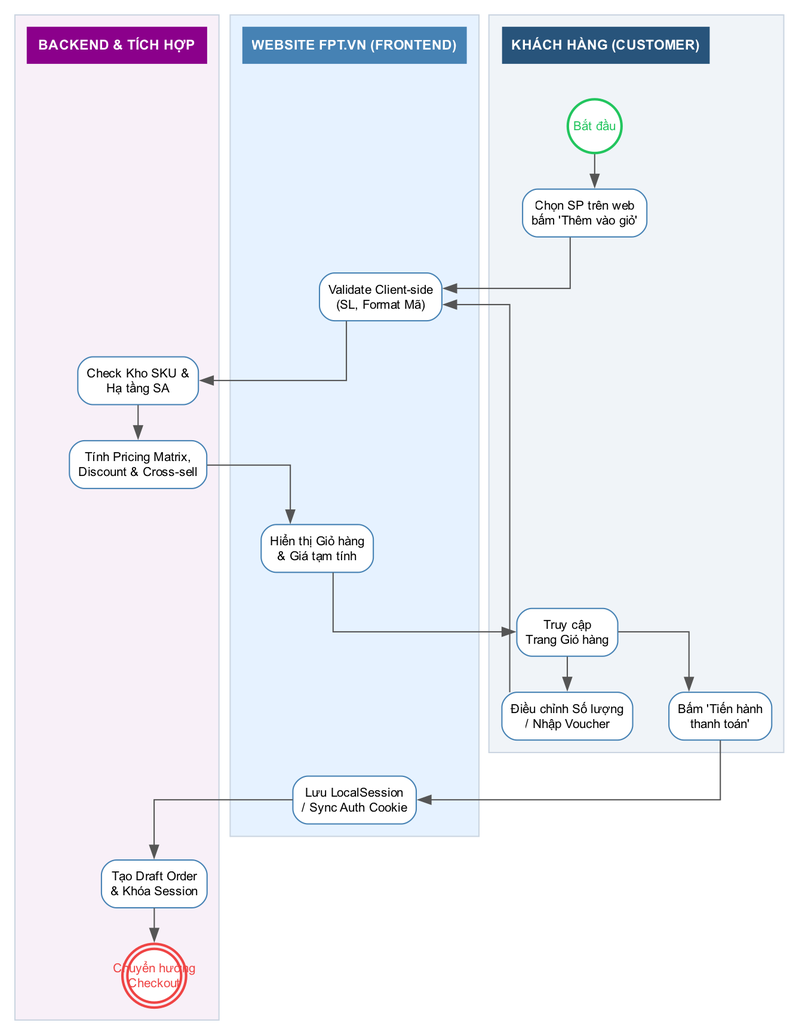
Earlier version of the Graphviz export diagrams/bpmn_cart_overview.png (hathuy2706-BA/FPT). Its source is kept beside it as diagrams/bpmn_cart_overview.dot.
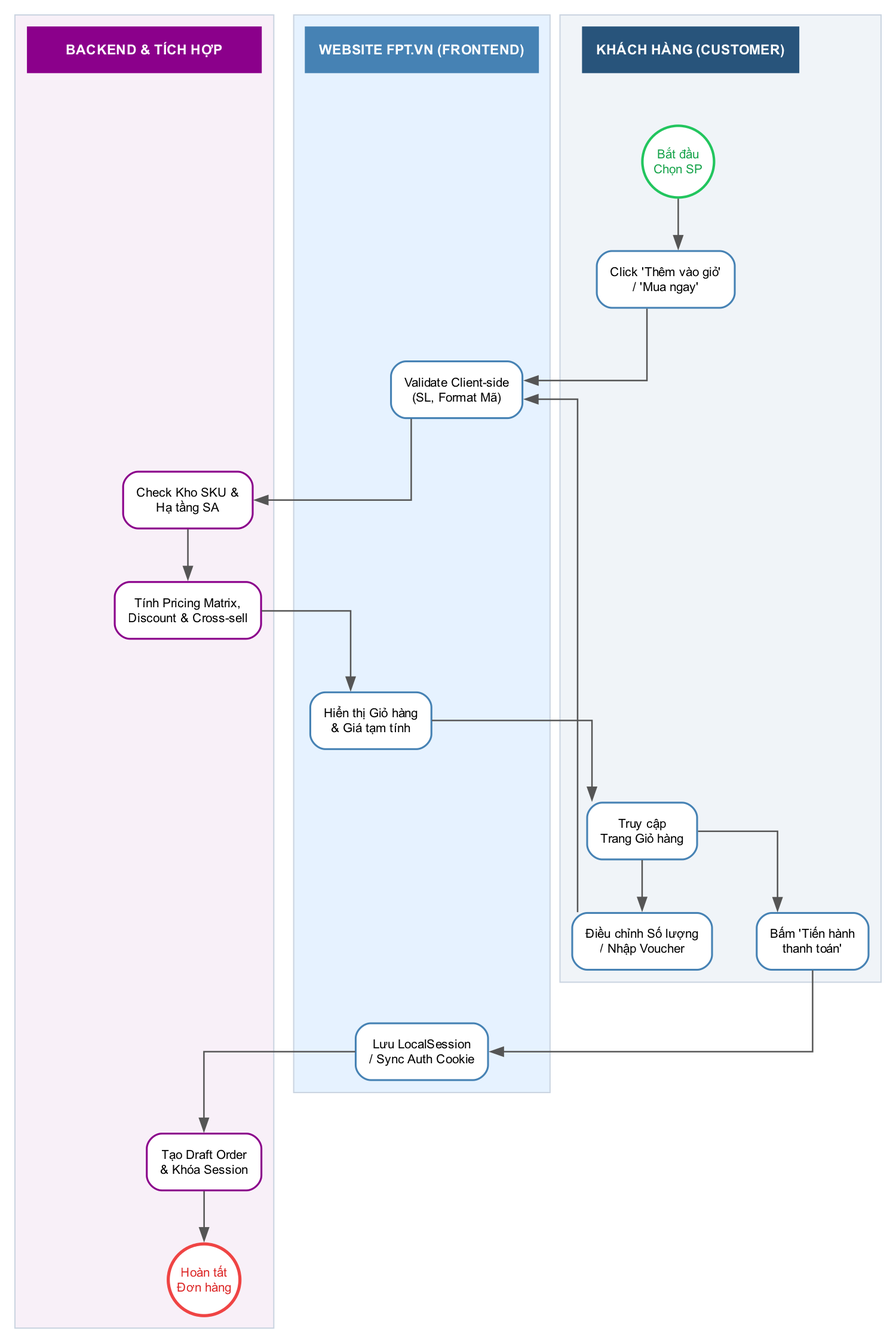
The same file after the commit.

The edit, as a diff of the source:
```diff
@@ -2,43 +2,40 @@
 
     rankdir=TB;
     splines=ortho;
-    nodesep=0.4;
-    ranksep=0.4;
+    nodesep=0.5;
+    ranksep=0.6;
     newrank=true;
     compound=true;
     fontname="Arial";
 
-    node [fontname="Arial", fontsize=10, shape=box, style="rounded,filled", fillcolor="white", color="#4682B4", penwidth=1.0, margin=0.1];
-    edge [fontname="Arial", fontsize=9, color="#555555", penwidth=1.0];
-
+    node [fontname="Arial", fontsize=10, shape=box, style="rounded,filled", fillcolor="white", color="#4682B4", penwidth=1.5, margin=0.15];
+    edge [fontname="Arial", fontsize=9, color="#555555", penwidth=1.2];
 
     subgraph cluster_customer {
         style=filled; color="#CBD5E1"; fillcolor="#F0F4F8"; penwidth=1; label=""; margin=10;
-        h_cust [label="KHÁCH HÀNG (CUSTOMER)", shape=box, style="filled", fillcolor="#28547B", color="#28547B", fontcolor="white", fontsize=11, fontname="Arial bold", width=2.0, height=0.4, fixedsize=false];
-        start [label="Bắt đầu", shape=circle, style="filled", fillcolor="white", color="#22C55E", fontcolor="#22C55E", penwidth=2, width=0.6, fixedsize=true];
-        add_to_cart [label="Chọn SP trên web\nbấm 'Thêm vào giỏ'"];
+        h_cust [label="KHÁCH HÀNG (CUSTOMER)", shape=box, style="filled", fillcolor="#28547B", color="#28547B", fontcolor="white", fontsize=11, fontname="Arial bold", width=2.4, height=0.5, fixedsize=false];
+        start [label="Bắt đầu\nChọn SP", shape=circle, style="filled,bold", fillcolor="white", color="#22C55E", fontcolor="#16A34A", penwidth=2, width=0.8, fixedsize=true];
+        add_to_cart [label="Click 'Thêm vào giỏ'\n/ 'Mua ngay'"];
         view_cart [label="Truy cập\nTrang Giỏ hàng"];
         update_qty [label="Điều chỉnh Số lượng\n/ Nhập Voucher"];
         click_checkout [label="Bấm 'Tiến hành\nthanh toán'"];
         h_cust -> start [style=invis];
     }
-
     subgraph cluster_fe {
         style=filled; color="#CBD5E1"; fillcolor="#E6F2FF"; penwidth=1; label=""; margin=10;
-        h_fe [label="WEBSITE FPT.VN (FRONTEND)", shape=box, style="filled", fillcolor="#4682B4", color="#4682B4", fontcolor="white", fontsize=11, fontname="Arial bold", width=2.0, height=0.4, fixedsize=false];
+        h_fe [label="WEBSITE FPT.VN (FRONTEND)", shape=box, style="filled", fillcolor="#4682B4", color="#4682B4", fontcolor="white", fontsize=11, fontname="Arial bold", width=2.4, height=0.5, fixedsize=false];
         validate_input [label="Validate Client-side\n(SL, Format Mã)"];
         render_cart [label="Hiển thị Giỏ hàng\n& Giá tạm tính"];
         store_session [label="Lưu LocalSession\n/ Sync Auth Cookie"];
         h_fe -> validate_input [style=invis];
     }
-
     subgraph cluster_be {
         style=filled; color="#CBD5E1"; fillcolor="#F8F0F8"; penwidth=1; label=""; margin=10;
-        h_be [label="BACKEND & TÍCH HỢP", shape=box, style="filled", fillcolor="#8B008B", color="#8B008B", fontcolor="white", fontsize=11, fontname="Arial bold", width=2.0, height=0.4, fixedsize=false];
-        check_inv [label="Check Kho SKU &\nHạ tầng SA"];
-        calc_price [label="Tính Pricing Matrix,\nDiscount & Cross-sell"];
-        lock_cart [label="Tạo Draft Order\n& Khóa Session"];
-        end [label="Chuyển hướng\nCheckout", shape=doublecircle, style="filled", fillcolor="white", color="#EF4444", fontcolor="#EF4444", penwidth=2, width=0.6, fixedsize=true];
+        h_be [label="BACKEND & TÍCH HỢP", shape=box, style="filled", fillcolor="#8B008B", color="#8B008B", fontcolor="white", fontsize=11, fontname="Arial bold", width=2.6, height=0.5, fixedsize=false];
+        check_inv [label="Check Kho SKU &\nHạ tầng SA", color="#8B008B"];
+        calc_price [label="Tính Pricing Matrix,\nDiscount & Cross-sell", color="#8B008B"];
+        lock_cart [label="Tạo Draft Order\n& Khóa Session", color="#8B008B"];
+        end [label="Hoàn tất\nĐơn hàng", shape=circle, style="filled,bold", fillcolor="white", color="#EF4444", fontcolor="#DC2626", penwidth=2.5, width=0.8, fixedsize=true];
         h_be -> check_inv [style=invis];
     }
 
```
